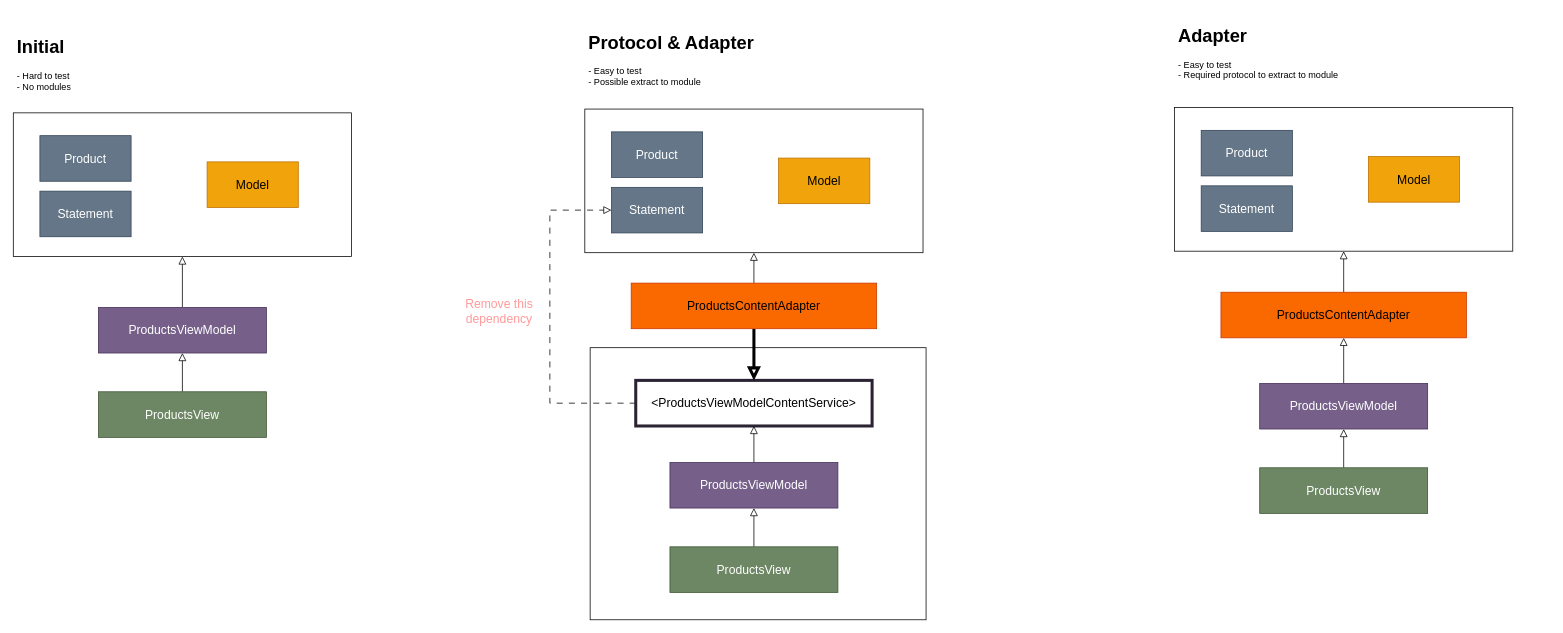
Above: TestableViewModels.drawio in maxgribov/TestableVeiwModels (draw.io), before the change. Source tidied: cells renumbered, new cells numbered last; positions are measured from the earlier drawing's top-left corner, leaving out a move shared by most shapes. Both pictures are drawn from the tidied source at 76%, with x=0, y=0 at pixel (13, 21).
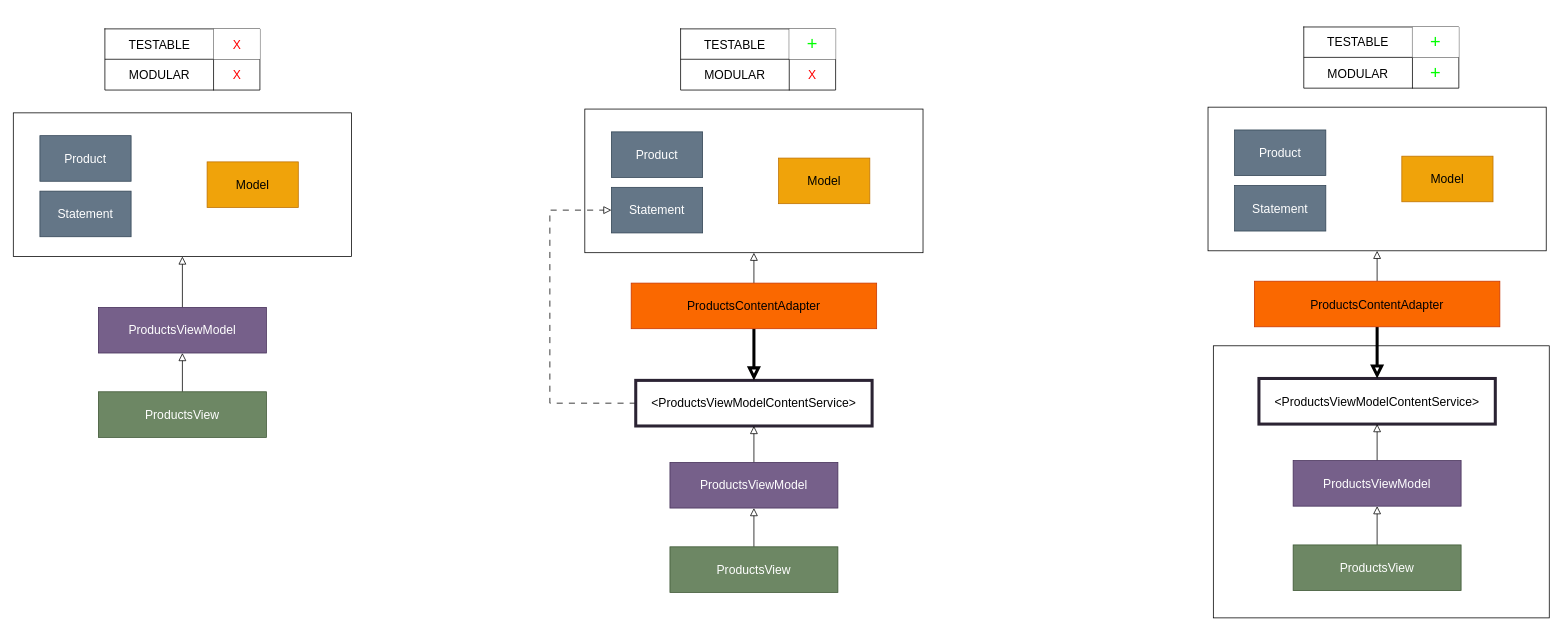
After the change.

The edit, as a diff of the source:
```diff
@@
-    <mxCell id="2" style="rounded=0;whiteSpace=wrap;html=1;fontFamily=Helvetica;fontSize=12;fontColor=default;" parent="1" vertex="1">
-      <mxGeometry x="759" y="430" width="442" height="358" as="geometry" />
-    </mxCell>
@@
-    <mxCell id="24" style="rounded=0;whiteSpace=wrap;html=1;fontSize=16;" parent="1" vertex="1">
-      <mxGeometry x="1528" y="114" width="445" height="189" as="geometry" />
-    </mxCell>
+    <mxCell id="38" style="shape=table;startSize=0;childLayout=tableLayout;fontSize=16;" parent="1" vertex="1">
+      <mxGeometry x="120.5" y="10.5" width="204" height="80.5" as="geometry" />
+    </mxCell>
+    <mxCell id="39" style="shape=tableRow;horizontal=0;startSize=0;swimlaneHead=0;swimlaneBody=0;strokeColor=inherit;top=0;left=0;bottom=0;right=0;fillColor=none;fontSize=16;" parent="38" vertex="1">
+      <mxGeometry width="204" height="40" as="geometry" />
+    </mxCell>
+    <mxCell id="40" value="TESTABLE" style="shape=partialRectangle;html=1;whiteSpace=wrap;strokeColor=inherit;overflow=hidden;fillColor=none;top=0;left=0;bottom=0;right=0;fontSize=16;" parent="39" vertex="1">
+      <mxGeometry width="143" height="40" as="geometry" />
+    </mxCell>
+    <mxCell id="41" value="X" style="shape=partialRectangle;html=1;whiteSpace=wrap;strokeColor=inherit;overflow=hidden;fillColor=default;top=0;left=0;bottom=0;right=0;fontSize=16;fontColor=#FF0000;" parent="39" vertex="1">
+      <mxGeometry x="143" width="61" height="40" as="geometry" />
+    </mxCell>
+    <mxCell id="42" style="shape=tableRow;horizontal=0;startSize=0;swimlaneHead=0;swimlaneBody=0;strokeColor=inherit;top=0;left=0;bottom=0;right=0;fillColor=none;fontSize=16;" parent="38" vertex="1">
+      <mxGeometry y="40" width="204" height="41" as="geometry" />
+    </mxCell>
+    <mxCell id="43" value="MODULAR" style="shape=partialRectangle;html=1;whiteSpace=wrap;strokeColor=inherit;overflow=hidden;fillColor=none;top=0;left=0;bottom=0;right=0;fontSize=16;" parent="42" vertex="1">
+      <mxGeometry width="143" height="41" as="geometry" />
+    </mxCell>
+    <mxCell id="44" value="X" style="shape=partialRectangle;html=1;whiteSpace=wrap;strokeColor=inherit;overflow=hidden;fillColor=none;top=0;left=0;bottom=0;right=0;fontSize=16;fontColor=#FF0000;" parent="42" vertex="1">
+      <mxGeometry x="143" width="61" height="41" as="geometry" />
+    </mxCell>
+    <mxCell id="45" style="shape=table;startSize=0;childLayout=tableLayout;fontSize=16;" parent="1" vertex="1">
+      <mxGeometry x="878" y="10.5" width="204" height="80.5" as="geometry" />
+    </mxCell>
+    <mxCell id="46" style="shape=tableRow;horizontal=0;startSize=0;swimlaneHead=0;swimlaneBody=0;strokeColor=inherit;top=0;left=0;bottom=0;right=0;fillColor=none;fontSize=16;" parent="45" vertex="1">
+      <mxGeometry width="204" height="40" as="geometry" />
+    </mxCell>
+    <mxCell id="47" value="TESTABLE" style="shape=partialRectangle;html=1;whiteSpace=wrap;strokeColor=inherit;overflow=hidden;fillColor=none;top=0;left=0;bottom=0;right=0;fontSize=16;" parent="46" vertex="1">
+      <mxGeometry width="143" height="40" as="geometry" />
+    </mxCell>
+    <mxCell id="48" value="&lt;font color=&quot;#00ff00&quot; style=&quot;font-size: 24px;&quot;&gt;+&lt;/font&gt;" style="shape=partialRectangle;html=1;whiteSpace=wrap;strokeColor=inherit;overflow=hidden;fillColor=default;top=0;left=0;bottom=0;right=0;fontSize=16;fontColor=#FF0000;" parent="46" vertex="1">
+      <mxGeometry x="143" width="61" height="40" as="geometry" />
+    </mxCell>
+    <mxCell id="49" style="shape=tableRow;horizontal=0;startSize=0;swimlaneHead=0;swimlaneBody=0;strokeColor=inherit;top=0;left=0;bottom=0;right=0;fillColor=none;fontSize=16;" parent="45" vertex="1">
+      <mxGeometry y="40" width="204" height="41" as="geometry" />
+    </mxCell>
+    <mxCell id="50" value="MODULAR" style="shape=partialRectangle;html=1;whiteSpace=wrap;strokeColor=inherit;overflow=hidden;fillColor=none;top=0;left=0;bottom=0;right=0;fontSize=16;" parent="49" vertex="1">
+      <mxGeometry width="143" height="41" as="geometry" />
+    </mxCell>
+    <mxCell id="51" value="X" style="shape=partialRectangle;html=1;whiteSpace=wrap;strokeColor=inherit;overflow=hidden;fillColor=none;top=0;left=0;bottom=0;right=0;fontSize=16;fontColor=#FF0000;" parent="49" vertex="1">
+      <mxGeometry x="143" width="61" height="41" as="geometry" />
+    </mxCell>
+    <mxCell id="52" style="rounded=0;whiteSpace=wrap;html=1;fontFamily=Helvetica;fontSize=12;fontColor=default;" parent="1" vertex="1">
+      <mxGeometry x="1579" y="427.5" width="442" height="358" as="geometry" />
+    </mxCell>
+    <mxCell id="53" style="rounded=0;whiteSpace=wrap;html=1;fontSize=16;" parent="1" vertex="1">
+      <mxGeometry x="1572" y="113.5" width="445" height="189" as="geometry" />
+    </mxCell>
+    <mxCell id="54" value="&amp;lt;ProductsViewModelContentService&amp;gt;" style="rounded=0;whiteSpace=wrap;html=1;fontSize=16;strokeColor=#2B2333;strokeWidth=4;" parent="1" vertex="1">
+      <mxGeometry x="1639" y="470.5" width="311" height="60" as="geometry" />
+    </mxCell>
+    <mxCell id="55" style="edgeStyle=orthogonalEdgeStyle;shape=connector;rounded=0;jettySize=auto;html=1;entryX=0.5;entryY=1;entryDx=0;entryDy=0;labelBackgroundColor=default;strokeColor=default;fontFamily=Helvetica;fontSize=12;fontColor=default;endArrow=block;endFill=0;startSize=8;endSize=8;" parent="1" edge="1" source="36" target="53">
+      <mxGeometry relative="1" as="geometry" />
+    </mxCell>
+    <mxCell id="56" style="edgeStyle=orthogonalEdgeStyle;shape=connector;rounded=0;jettySize=auto;html=1;exitX=0.5;exitY=1;exitDx=0;exitDy=0;labelBackgroundColor=default;strokeColor=default;fontFamily=Helvetica;fontSize=12;fontColor=default;endArrow=block;endFill=0;startSize=8;endSize=8;strokeWidth=4;" parent="1" edge="1" source="36" target="54">
+      <mxGeometry relative="1" as="geometry" />
+    </mxCell>
+    <mxCell id="36" value="ProductsContentAdapter" style="rounded=0;whiteSpace=wrap;html=1;fontSize=16;fillColor=#fa6800;fontColor=#000000;strokeColor=#C73500;" parent="1" vertex="1">
+      <mxGeometry x="1633" y="342.5" width="323" height="60" as="geometry" />
+    </mxCell>
     <mxCell id="25" value="Model" style="rounded=0;whiteSpace=wrap;html=1;fontSize=16;fillColor=#f0a30a;strokeColor=#BD7000;fontColor=#000000;" parent="1" vertex="1">
-      <mxGeometry x="1783" y="178.5" width="120" height="60" as="geometry" />
+      <mxGeometry x="1827" y="178" width="120" height="60" as="geometry" />
     </mxCell>
-    <mxCell id="26" style="edgeStyle=orthogonalEdgeStyle;shape=connector;rounded=0;jettySize=auto;html=1;entryX=0.5;entryY=1;entryDx=0;entryDy=0;labelBackgroundColor=default;strokeColor=default;fontFamily=Helvetica;fontSize=12;fontColor=default;endArrow=block;endFill=0;startSize=8;endSize=8;" parent="1" edge="1" source="27" target="36">
-      <mxGeometry relative="1" as="geometry" />
-    </mxCell>
+    <mxCell id="57" style="edgeStyle=orthogonalEdgeStyle;shape=connector;rounded=0;jettySize=auto;html=1;labelBackgroundColor=default;strokeColor=default;fontFamily=Helvetica;fontSize=12;fontColor=default;endArrow=block;endFill=0;startSize=8;endSize=8;" parent="1" edge="1" source="27" target="54">
+      <mxGeometry relative="1" as="geometry" />
+    </mxCell>
     <mxCell id="27" value="ProductsViewModel" style="rounded=0;whiteSpace=wrap;html=1;fontSize=16;fillColor=#76608a;fontColor=#ffffff;strokeColor=#432D57;" parent="1" vertex="1">
-      <mxGeometry x="1640" y="477" width="221" height="60" as="geometry" />
+      <mxGeometry x="1684" y="578.5" width="221" height="60" as="geometry" />
     </mxCell>
@@
     <mxCell id="29" value="ProductsView" style="rounded=0;whiteSpace=wrap;html=1;fontSize=16;fillColor=#6d8764;fontColor=#ffffff;strokeColor=#3A5431;" parent="1" vertex="1">
-      <mxGeometry x="1640" y="588" width="221" height="60" as="geometry" />
+      <mxGeometry x="1684" y="689.5" width="221" height="60" as="geometry" />
     </mxCell>
     <mxCell id="30" value="Product" style="rounded=0;whiteSpace=wrap;html=1;fontSize=16;fillColor=#647687;fontColor=#ffffff;strokeColor=#314354;" parent="1" vertex="1">
-      <mxGeometry x="1563" y="144" width="120" height="60" as="geometry" />
+      <mxGeometry x="1607" y="143.5" width="120" height="60" as="geometry" />
     </mxCell>
     <mxCell id="31" value="Statement" style="rounded=0;whiteSpace=wrap;html=1;fontSize=16;fillColor=#647687;fontColor=#ffffff;strokeColor=#314354;" parent="1" vertex="1">
-      <mxGeometry x="1563" y="217" width="120" height="60" as="geometry" />
+      <mxGeometry x="1607" y="216.5" width="120" height="60" as="geometry" />
     </mxCell>
-    <mxCell id="32" value="&lt;h1&gt;Initial&lt;/h1&gt;&lt;div&gt;- Hard to test&lt;/div&gt;&lt;div&gt;- No modules&lt;/div&gt;" style="text;html=1;strokeColor=none;fillColor=none;spacing=5;spacingTop=-20;whiteSpace=wrap;overflow=hidden;rounded=0;fontSize=12;fontFamily=Helvetica;fontColor=default;" parent="1" vertex="1">
-      <mxGeometry y="15" width="190" height="91" as="geometry" />
-    </mxCell>
-    <mxCell id="33" value="&lt;h1&gt;Protocol &amp;amp; Adapter&lt;/h1&gt;&lt;div&gt;- Easy to test&lt;/div&gt;&lt;div&gt;- Possible extract to module&lt;/div&gt;" style="text;html=1;strokeColor=none;fillColor=none;spacing=5;spacingTop=-20;whiteSpace=wrap;overflow=hidden;rounded=0;fontSize=12;fontFamily=Helvetica;fontColor=default;" parent="1" vertex="1">
-      <mxGeometry x="752" y="9" width="369" height="91" as="geometry" />
-    </mxCell>
-    <mxCell id="34" value="Remove this dependency" style="text;html=1;strokeColor=none;fillColor=none;align=center;verticalAlign=middle;whiteSpace=wrap;rounded=0;fontSize=16;fontFamily=Helvetica;fontColor=#FF9999;" parent="1" vertex="1">
-      <mxGeometry x="575" y="349" width="129" height="65" as="geometry" />
-    </mxCell>
-    <mxCell id="35" style="edgeStyle=orthogonalEdgeStyle;shape=connector;rounded=0;jettySize=auto;html=1;labelBackgroundColor=default;strokeColor=default;fontFamily=Helvetica;fontSize=12;fontColor=default;endArrow=block;endFill=0;startSize=8;endSize=8;" parent="1" edge="1" source="36" target="24">
-      <mxGeometry relative="1" as="geometry" />
-    </mxCell>
-    <mxCell id="36" value="ProductsContentAdapter" style="rounded=0;whiteSpace=wrap;html=1;fontSize=16;fillColor=#fa6800;fontColor=#000000;strokeColor=#C73500;" parent="1" vertex="1">
-      <mxGeometry x="1589" y="357" width="323" height="60" as="geometry" />
-    </mxCell>
-    <mxCell id="37" value="&lt;h1&gt;Adapter&lt;/h1&gt;&lt;div&gt;- Easy to test&lt;/div&gt;&lt;div&gt;- Required protocol to extract to module&lt;/div&gt;" style="text;html=1;strokeColor=none;fillColor=none;spacing=5;spacingTop=-20;whiteSpace=wrap;overflow=hidden;rounded=0;fontSize=12;fontFamily=Helvetica;fontColor=default;" parent="1" vertex="1">
-      <mxGeometry x="1528" width="369" height="91" as="geometry" />
-    </mxCell>
+    <mxCell id="58" style="shape=table;startSize=0;childLayout=tableLayout;fontSize=16;" parent="1" vertex="1">
+      <mxGeometry x="1698" y="8" width="204" height="80.5" as="geometry" />
+    </mxCell>
+    <mxCell id="59" style="shape=tableRow;horizontal=0;startSize=0;swimlaneHead=0;swimlaneBody=0;strokeColor=inherit;top=0;left=0;bottom=0;right=0;fillColor=none;fontSize=16;" parent="58" vertex="1">
+      <mxGeometry width="204" height="40" as="geometry" />
+    </mxCell>
+    <mxCell id="60" value="TESTABLE" style="shape=partialRectangle;html=1;whiteSpace=wrap;strokeColor=inherit;overflow=hidden;fillColor=none;top=0;left=0;bottom=0;right=0;fontSize=16;" parent="59" vertex="1">
+      <mxGeometry width="143" height="40" as="geometry" />
+    </mxCell>
+    <mxCell id="61" value="&lt;font color=&quot;#00ff00&quot; style=&quot;font-size: 24px;&quot;&gt;+&lt;/font&gt;" style="shape=partialRectangle;html=1;whiteSpace=wrap;strokeColor=inherit;overflow=hidden;fillColor=default;top=0;left=0;bottom=0;right=0;fontSize=16;fontColor=#FF0000;" parent="59" vertex="1">
+      <mxGeometry x="143" width="61" height="40" as="geometry" />
+    </mxCell>
+    <mxCell id="62" style="shape=tableRow;horizontal=0;startSize=0;swimlaneHead=0;swimlaneBody=0;strokeColor=inherit;top=0;left=0;bottom=0;right=0;fillColor=none;fontSize=16;" parent="58" vertex="1">
+      <mxGeometry y="40" width="204" height="41" as="geometry" />
+    </mxCell>
+    <mxCell id="63" value="MODULAR" style="shape=partialRectangle;html=1;whiteSpace=wrap;strokeColor=inherit;overflow=hidden;fillColor=none;top=0;left=0;bottom=0;right=0;fontSize=16;" parent="62" vertex="1">
+      <mxGeometry width="143" height="41" as="geometry" />
+    </mxCell>
+    <mxCell id="64" value="&lt;font color=&quot;#00ff00&quot; style=&quot;font-size: 24px;&quot;&gt;+&lt;/font&gt;" style="shape=partialRectangle;html=1;whiteSpace=wrap;strokeColor=inherit;overflow=hidden;fillColor=none;top=0;left=0;bottom=0;right=0;fontSize=16;fontColor=#FF0000;" parent="62" vertex="1">
+      <mxGeometry x="143" width="61" height="41" as="geometry" />
+    </mxCell>
```
